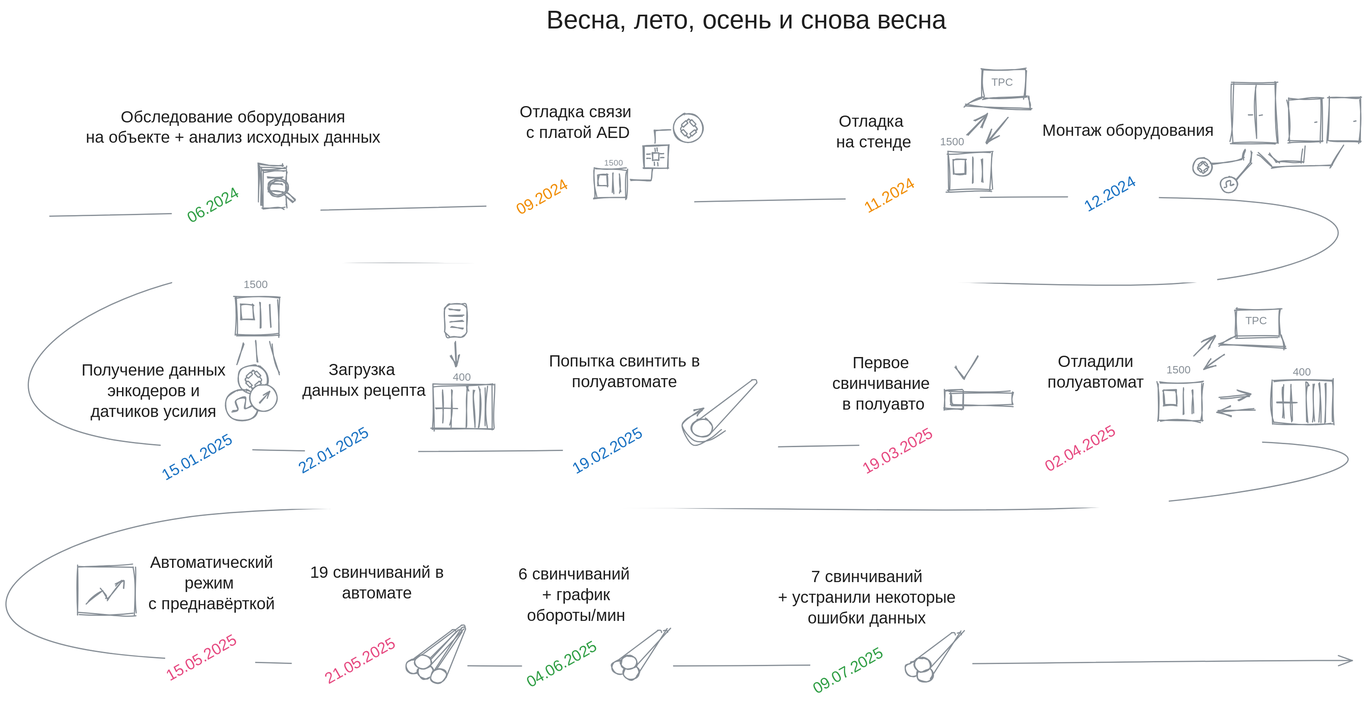
The Excalidraw diagram Doc/Что делать/История.svg in AlexFrick92/PNTZ.Mufta, before a commit. Source tidied: one line per element, renumbered; positions are measured from the earlier drawing's top-left corner, leaving out a move shared by most shapes.
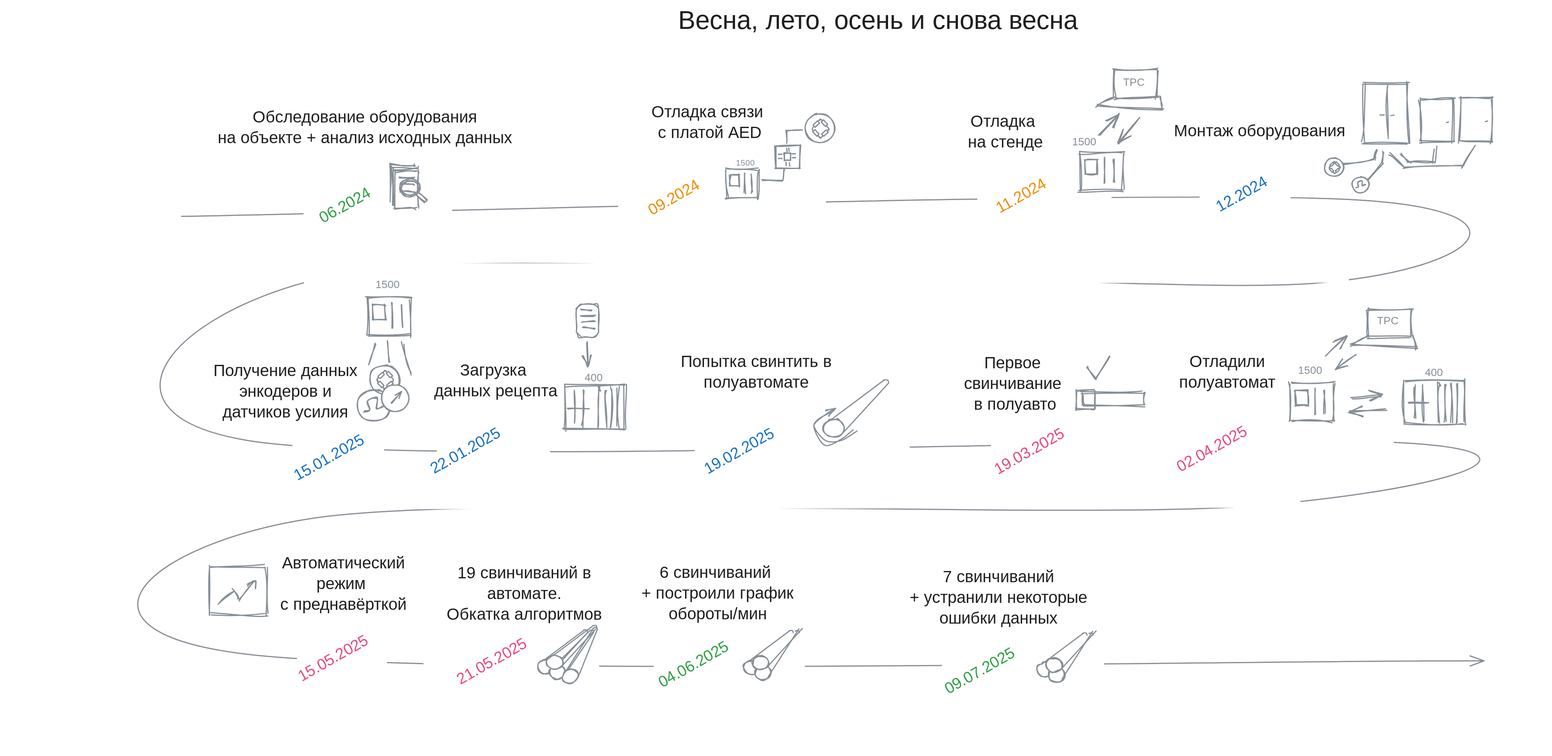
Later version of the same file.

Diff of the diagram source:
```diff
@@ -31,10 +31,10 @@
 {"id": 30, "type": "text", "text": "Автоматический\nрежим \nс преднавёрткой", "strokeColor": "#1e1e1e", "backgroundColor": "#ffffff", "fillStyle": "solid", "strokeWidth": 2, "roughness": 2, "fontSize": 28, "fontFamily": 5, "textAlign": "center", "x": 145, "y": 926, "width": 257, "height": 105}
 {"id": 31, "type": "rectangle", "strokeColor": "transparent", "backgroundColor": "#ffffff", "fillStyle": "solid", "strokeWidth": 2, "roughness": 2, "round": true, "x": 408, "y": 1066, "width": 299, "height": 80}
 {"id": 32, "type": "text", "text": "21.05.2025", "strokeColor": "#e64980", "angle": 5.77, "backgroundColor": "#ffffff", "fillStyle": "solid", "strokeWidth": 2, "roughness": 2, "fontSize": 26.4, "fontFamily": 5, "textAlign": "center", "x": 451, "y": 1093, "width": 149, "height": 33}
-{"id": 33, "type": "text", "text": "19 свинчиваний в\nавтомате", "strokeColor": "#1e1e1e", "backgroundColor": "#ffffff", "fillStyle": "solid", "strokeWidth": 2, "roughness": 2, "fontSize": 28, "fontFamily": 5, "textAlign": "center", "x": 413, "y": 943, "width": 280, "height": 70}
+{"id": 33, "type": "text", "text": "19 свинчиваний в\nавтомате.\nОбкатка алгоритмов", "strokeColor": "#1e1e1e", "backgroundColor": "#ffffff", "fillStyle": "solid", "strokeWidth": 2, "roughness": 2, "fontSize": 28, "fontFamily": 5, "textAlign": "center", "x": 440, "y": 943, "width": 280, "height": 105}
 {"id": 34, "type": "rectangle", "strokeColor": "transparent", "backgroundColor": "#ffffff", "fillStyle": "solid", "strokeWidth": 2, "roughness": 2, "round": true, "x": 802, "y": 1072, "width": 254, "height": 80}
 {"id": 35, "type": "text", "text": "04.06.2025", "strokeColor": "#2f9e44", "angle": 5.77, "backgroundColor": "#ffffff", "fillStyle": "solid", "strokeWidth": 2, "roughness": 2, "fontSize": 26.4, "fontFamily": 5, "textAlign": "center", "x": 790, "y": 1098, "width": 153, "height": 33}
-{"id": 36, "type": "text", "text": "6 свинчиваний \n+ график\nобороты/мин", "strokeColor": "#1e1e1e", "backgroundColor": "#ffffff", "fillStyle": "solid", "strokeWidth": 2, "roughness": 2, "fontSize": 28, "fontFamily": 5, "textAlign": "center", "x": 753, "y": 945, "width": 274, "height": 105}
+{"id": 36, "type": "text", "text": "6 свинчиваний \n+ построили график\nобороты/мин", "strokeColor": "#1e1e1e", "backgroundColor": "#ffffff", "fillStyle": "solid", "strokeWidth": 2, "roughness": 2, "fontSize": 28, "fontFamily": 5, "textAlign": "center", "x": 770, "y": 942, "width": 274, "height": 105}
 {"id": 37, "type": "rectangle", "strokeColor": "transparent", "backgroundColor": "#ffffff", "fillStyle": "solid", "strokeWidth": 2, "roughness": 2, "round": true, "x": 1286, "y": 1083, "width": 274, "height": 80}
 {"id": 38, "type": "text", "text": "09.07.2025", "strokeColor": "#2f9e44", "angle": 5.77, "backgroundColor": "#ffffff", "fillStyle": "solid", "strokeWidth": 2, "roughness": 2, "fontSize": 26.4, "fontFamily": 5, "textAlign": "center", "x": 1275, "y": 1109, "width": 152, "height": 33}
 {"id": 39, "type": "text", "text": "7 свинчиваний\n+ устранили некоторые\nошибки данных", "strokeColor": "#1e1e1e", "backgroundColor": "#ffffff", "fillStyle": "solid", "strokeWidth": 2, "roughness": 2, "fontSize": 28, "fontFamily": 5, "textAlign": "center", "x": 1186, "y": 950, "width": 391, "height": 105}
```
